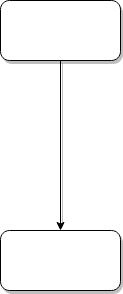
songtianlun/Drad.io.demo keeps this draw.io diagram as dd/Diagram.png. Above is the earlier version. Source tidied: cells renumbered, new cells last; positions are measured from the earlier drawing's top-left corner, leaving out a move shared by most shapes.
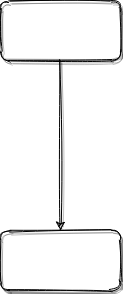
The same file after the commit.

Diff of the diagram source:
```diff
@@ -2,13 +2,13 @@
   <root>
     <mxCell id="0" />
     <mxCell id="1" parent="0" />
-    <mxCell id="2" style="edgeStyle=orthogonalEdgeStyle;rounded=0;jettySize=auto;html=1;entryX=0.5;entryY=0;entryDx=0;entryDy=0;shadow=1;" parent="1" edge="1" source="3" target="4">
+    <mxCell id="2" style="edgeStyle=orthogonalEdgeStyle;rounded=0;jettySize=auto;html=1;entryX=0.5;entryY=0;entryDx=0;entryDy=0;shadow=1;sketch=1;" parent="1" edge="1" source="3" target="4">
       <mxGeometry relative="1" as="geometry" />
     </mxCell>
-    <mxCell id="3" style="rounded=1;whiteSpace=wrap;html=1;shadow=1;" parent="1" vertex="1">
+    <mxCell id="3" style="rounded=1;whiteSpace=wrap;html=1;shadow=1;sketch=1;" parent="1" vertex="1">
       <mxGeometry width="120" height="60" as="geometry" />
     </mxCell>
-    <mxCell id="4" style="rounded=1;whiteSpace=wrap;html=1;shadow=1;" parent="1" vertex="1">
+    <mxCell id="4" style="rounded=1;whiteSpace=wrap;html=1;shadow=1;sketch=1;" parent="1" vertex="1">
       <mxGeometry y="230" width="120" height="60" as="geometry" />
     </mxCell>
   </root>
```
